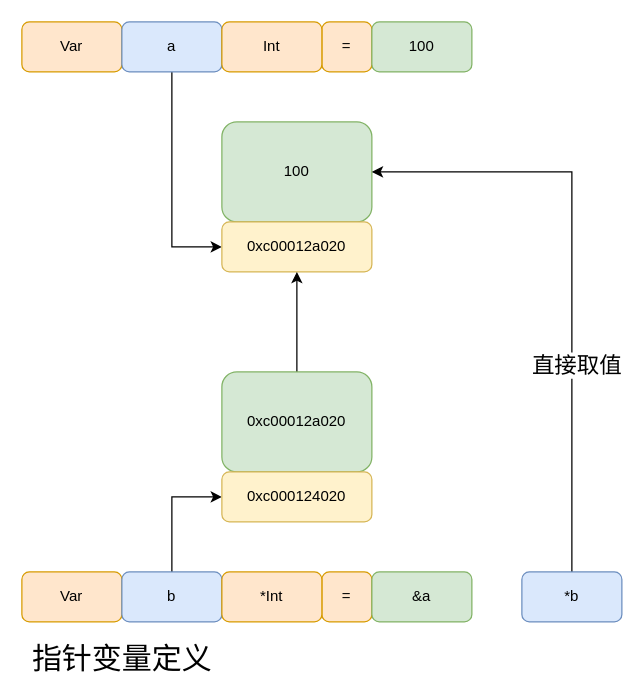
Zhouchaowen/golang-tutorial keeps this draw.io diagram as page "指针变量" (3 of 3) of 2-variable/variable.drawio. Above is the earlier version. Source tidied: cells renumbered, new cells numbered last; positions are measured from the earlier drawing's top-left corner, leaving out a move shared by most shapes. Both pictures are drawn from the tidied source at 125%, with x=0, y=0 at pixel (21, 21).
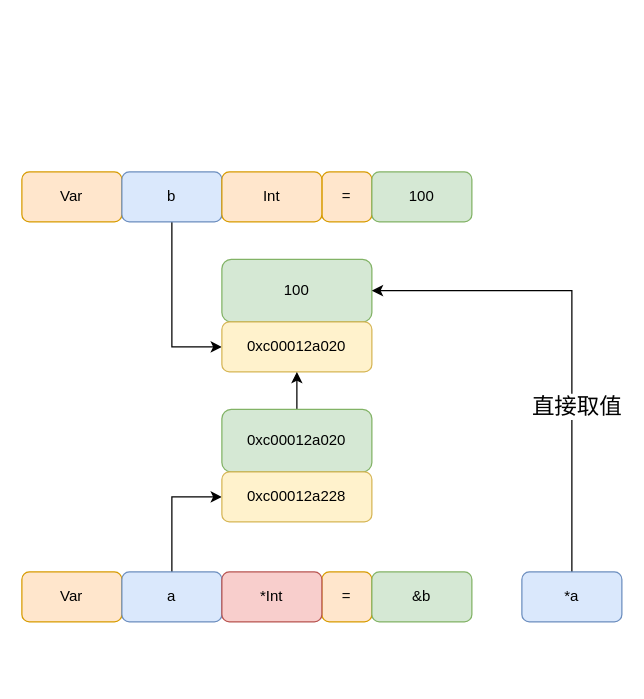
After the change.

Diff of the diagram source:
```diff
@@
     <mxCell id="2" value="100" style="rounded=1;whiteSpace=wrap;html=1;fillColor=#d5e8d4;strokeColor=#82b366;" parent="1" vertex="1">
-      <mxGeometry x="160" y="80" width="120" height="80" as="geometry" />
+      <mxGeometry x="160" y="190" width="120" height="50" as="geometry" />
     </mxCell>
     <mxCell id="3" value="Var" style="rounded=1;whiteSpace=wrap;html=1;fillColor=#ffe6cc;strokeColor=#d79b00;" parent="1" vertex="1">
-      <mxGeometry width="80" height="40" as="geometry" />
+      <mxGeometry y="120" width="80" height="40" as="geometry" />
     </mxCell>
@@
-    <mxCell id="5" value="a" style="rounded=1;whiteSpace=wrap;html=1;fillColor=#dae8fc;strokeColor=#6c8ebf;" parent="1" vertex="1">
-      <mxGeometry x="80" width="80" height="40" as="geometry" />
+    <mxCell id="5" value="b" style="rounded=1;whiteSpace=wrap;html=1;fillColor=#dae8fc;strokeColor=#6c8ebf;" parent="1" vertex="1">
+      <mxGeometry x="80" y="120" width="80" height="40" as="geometry" />
     </mxCell>
     <mxCell id="6" value="=" style="rounded=1;whiteSpace=wrap;html=1;fillColor=#ffe6cc;strokeColor=#d79b00;" parent="1" vertex="1">
-      <mxGeometry x="240" width="40" height="40" as="geometry" />
+      <mxGeometry x="240" y="120" width="40" height="40" as="geometry" />
     </mxCell>
     <mxCell id="7" value="100" style="rounded=1;whiteSpace=wrap;html=1;fillColor=#d5e8d4;strokeColor=#82b366;" parent="1" vertex="1">
-      <mxGeometry x="280" width="80" height="40" as="geometry" />
+      <mxGeometry x="280" y="120" width="80" height="40" as="geometry" />
     </mxCell>
     <mxCell id="8" value="Int" style="rounded=1;whiteSpace=wrap;html=1;fillColor=#ffe6cc;strokeColor=#d79b00;" parent="1" vertex="1">
-      <mxGeometry x="160" width="80" height="40" as="geometry" />
+      <mxGeometry x="160" y="120" width="80" height="40" as="geometry" />
     </mxCell>
     <mxCell id="9" value="0xc00012a020" style="rounded=1;whiteSpace=wrap;html=1;fillColor=#fff2cc;strokeColor=#d6b656;" parent="1" vertex="1">
-      <mxGeometry x="160" y="160" width="120" height="40" as="geometry" />
+      <mxGeometry x="160" y="240" width="120" height="40" as="geometry" />
     </mxCell>
@@
-    <mxCell id="12" value="b" style="rounded=1;whiteSpace=wrap;html=1;fillColor=#dae8fc;strokeColor=#6c8ebf;" parent="1" vertex="1">
+    <mxCell id="12" value="a" style="rounded=1;whiteSpace=wrap;html=1;fillColor=#dae8fc;strokeColor=#6c8ebf;" parent="1" vertex="1">
       <mxGeometry x="80" y="440" width="80" height="40" as="geometry" />
     </mxCell>
@@
-    <mxCell id="14" value="&amp;amp;a" style="rounded=1;whiteSpace=wrap;html=1;fillColor=#d5e8d4;strokeColor=#82b366;" parent="1" vertex="1">
+    <mxCell id="14" value="&amp;amp;b" style="rounded=1;whiteSpace=wrap;html=1;fillColor=#d5e8d4;strokeColor=#82b366;" parent="1" vertex="1">
       <mxGeometry x="280" y="440" width="80" height="40" as="geometry" />
     </mxCell>
-    <mxCell id="15" value="*Int" style="rounded=1;whiteSpace=wrap;html=1;fillColor=#ffe6cc;strokeColor=#d79b00;" parent="1" vertex="1">
+    <mxCell id="15" value="*Int" style="rounded=1;whiteSpace=wrap;html=1;fillColor=#f8cecc;strokeColor=#b85450;" parent="1" vertex="1">
       <mxGeometry x="160" y="440" width="80" height="40" as="geometry" />
     </mxCell>
@@
     <mxCell id="17" value="0xc00012a020" style="rounded=1;whiteSpace=wrap;html=1;fillColor=#d5e8d4;strokeColor=#82b366;" parent="1" vertex="1">
-      <mxGeometry x="160" y="280" width="120" height="80" as="geometry" />
+      <mxGeometry x="160" y="310" width="120" height="50" as="geometry" />
     </mxCell>
-    <mxCell id="18" value="0xc000124020" style="rounded=1;whiteSpace=wrap;html=1;fillColor=#fff2cc;strokeColor=#d6b656;" parent="1" vertex="1">
+    <mxCell id="18" value="0xc00012a228" style="rounded=1;whiteSpace=wrap;html=1;fillColor=#fff2cc;strokeColor=#d6b656;" parent="1" vertex="1">
       <mxGeometry x="160" y="360" width="120" height="40" as="geometry" />
     </mxCell>
@@
-    <mxCell id="21" value="*b" style="rounded=1;whiteSpace=wrap;html=1;fillColor=#dae8fc;strokeColor=#6c8ebf;" parent="1" vertex="1">
+    <mxCell id="21" value="*a" style="rounded=1;whiteSpace=wrap;html=1;fillColor=#dae8fc;strokeColor=#6c8ebf;" parent="1" vertex="1">
       <mxGeometry x="400" y="440" width="80" height="40" as="geometry" />
     </mxCell>
-    <mxCell id="22" value="&lt;font style=&quot;font-size: 24px&quot;&gt;指针变量定义&lt;/font&gt;" style="text;html=1;align=center;verticalAlign=middle;strokeColor=none;" parent="1" vertex="1">
-      <mxGeometry y="500" width="160" height="20" as="geometry" />
-    </mxCell>
```
